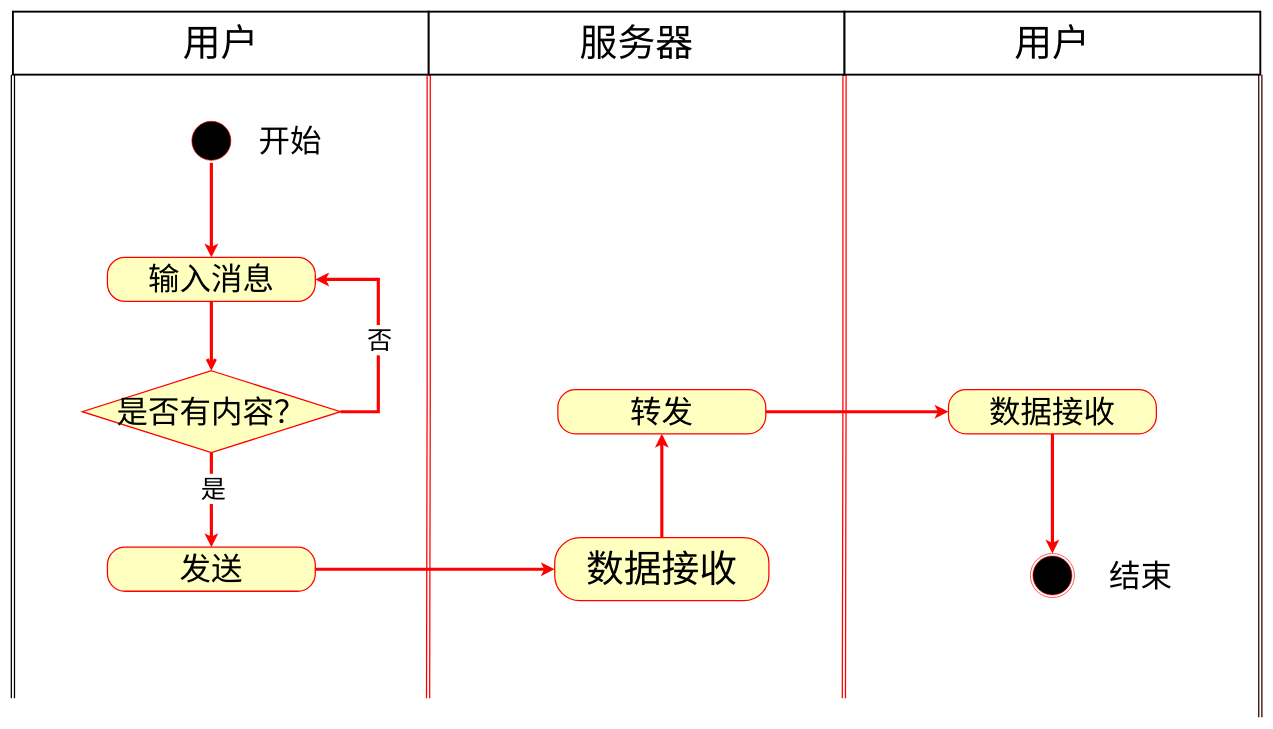
Above: chart/发送消息活动图.drawio in YangGuiTong/QtQQ (draw.io), before the change. Source tidied: cells renumbered, new cells numbered last; positions are measured from the earlier drawing's top-left corner, leaving out a move shared by most shapes. Both pictures are drawn from the tidied source at 63%, with x=0, y=0 at pixel (13, 11).
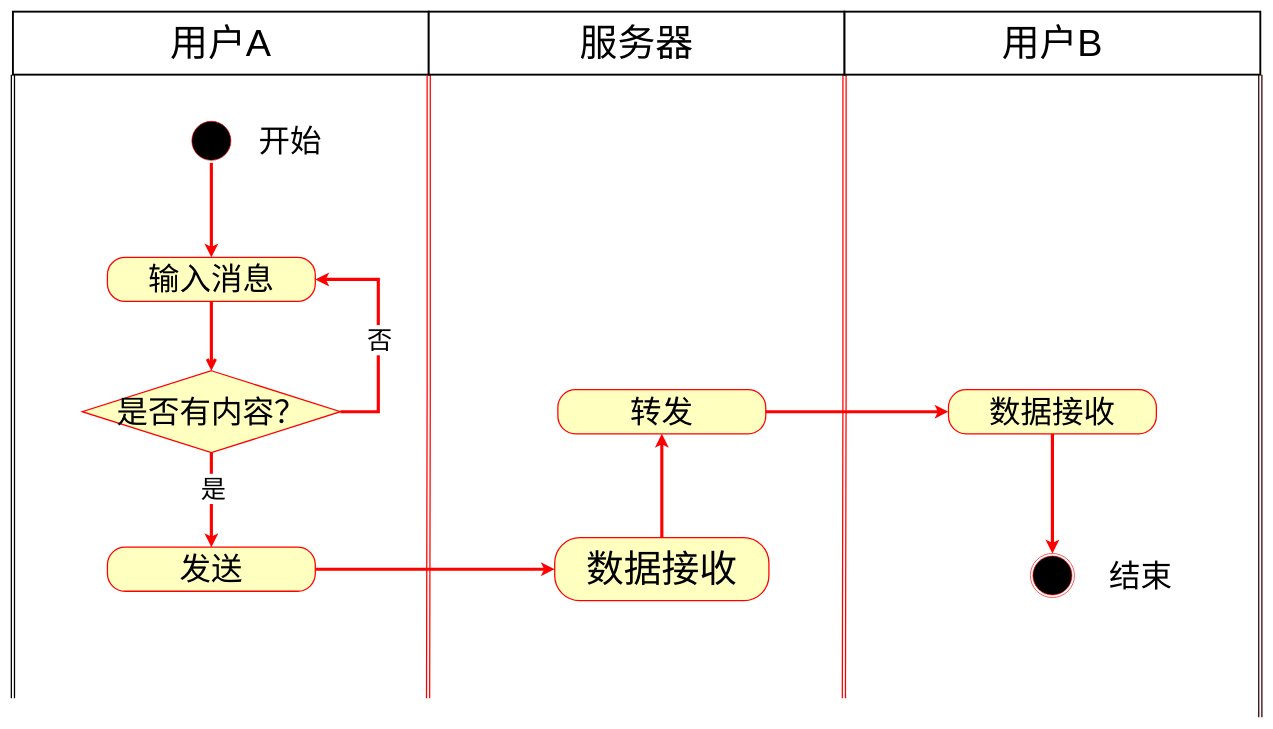
Above is the later version.

Commit message:
更新发送消息活动图.drawio

Diff of the diagram source:
```diff
@@
-    <mxCell id="3" value="用户" style="html=1;whiteSpace=wrap;strokeWidth=3;fontSize=60;" parent="1" vertex="1">
+    <mxCell id="3" value="用户A" style="html=1;whiteSpace=wrap;strokeWidth=3;fontSize=60;" parent="1" vertex="1">
       <mxGeometry width="660" height="100" as="geometry" />
     </mxCell>
@@
-    <mxCell id="22" value="用户" style="html=1;whiteSpace=wrap;strokeWidth=3;fontSize=60;" parent="1" vertex="1">
+    <mxCell id="22" value="用户B" style="html=1;whiteSpace=wrap;strokeWidth=3;fontSize=60;" parent="1" vertex="1">
       <mxGeometry x="1320" width="660" height="100" as="geometry" />
     </mxCell>
```
